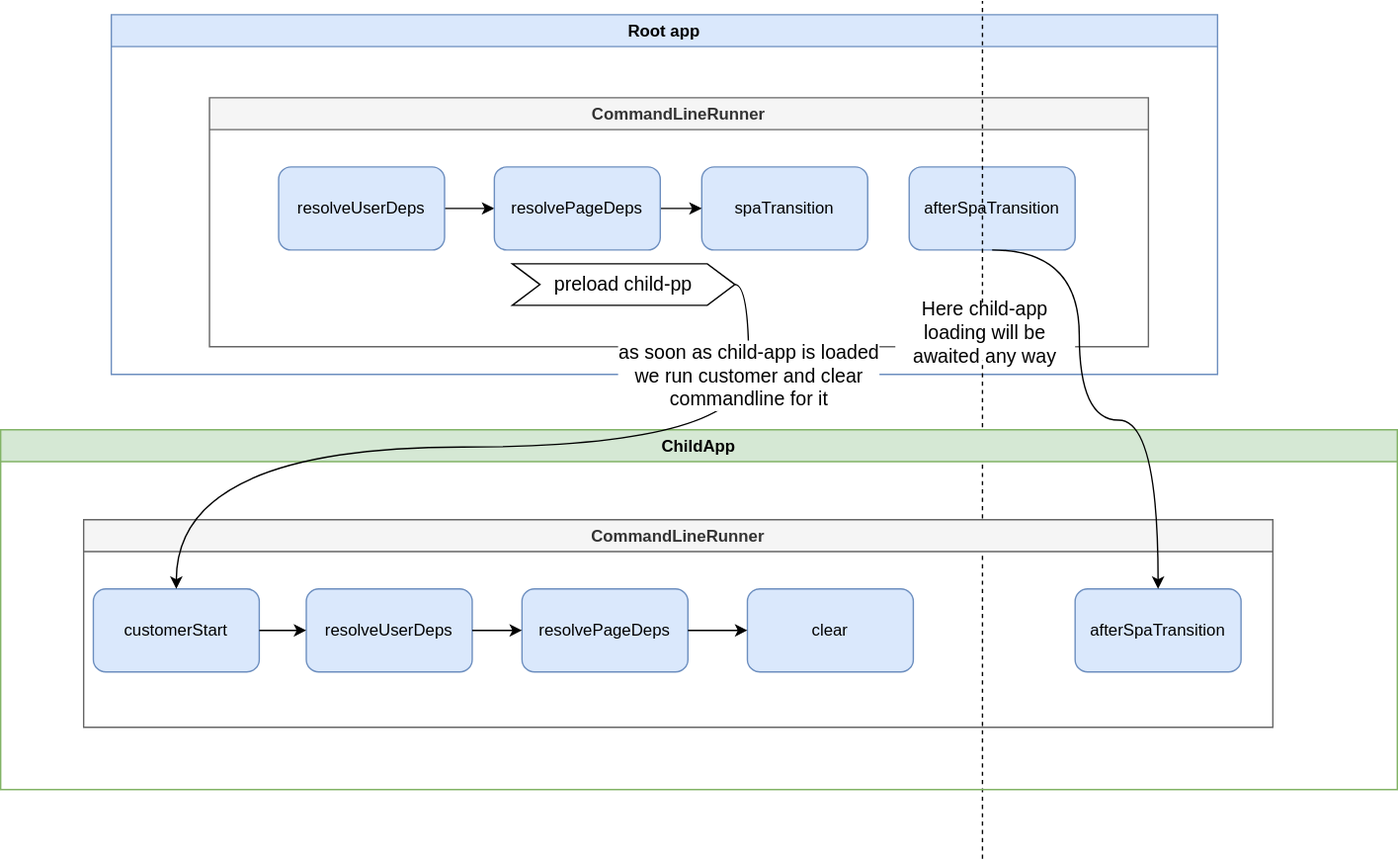
Earlier version of the draw.io export tools/docSite/static/img/child-app/command-line-runner-spa-not-loaded.drawio.svg (tramvaijs/tramvai). Source tidied: cells renumbered, new cells last; positions are measured from the earlier drawing's top-left corner, leaving out a move shared by most shapes.
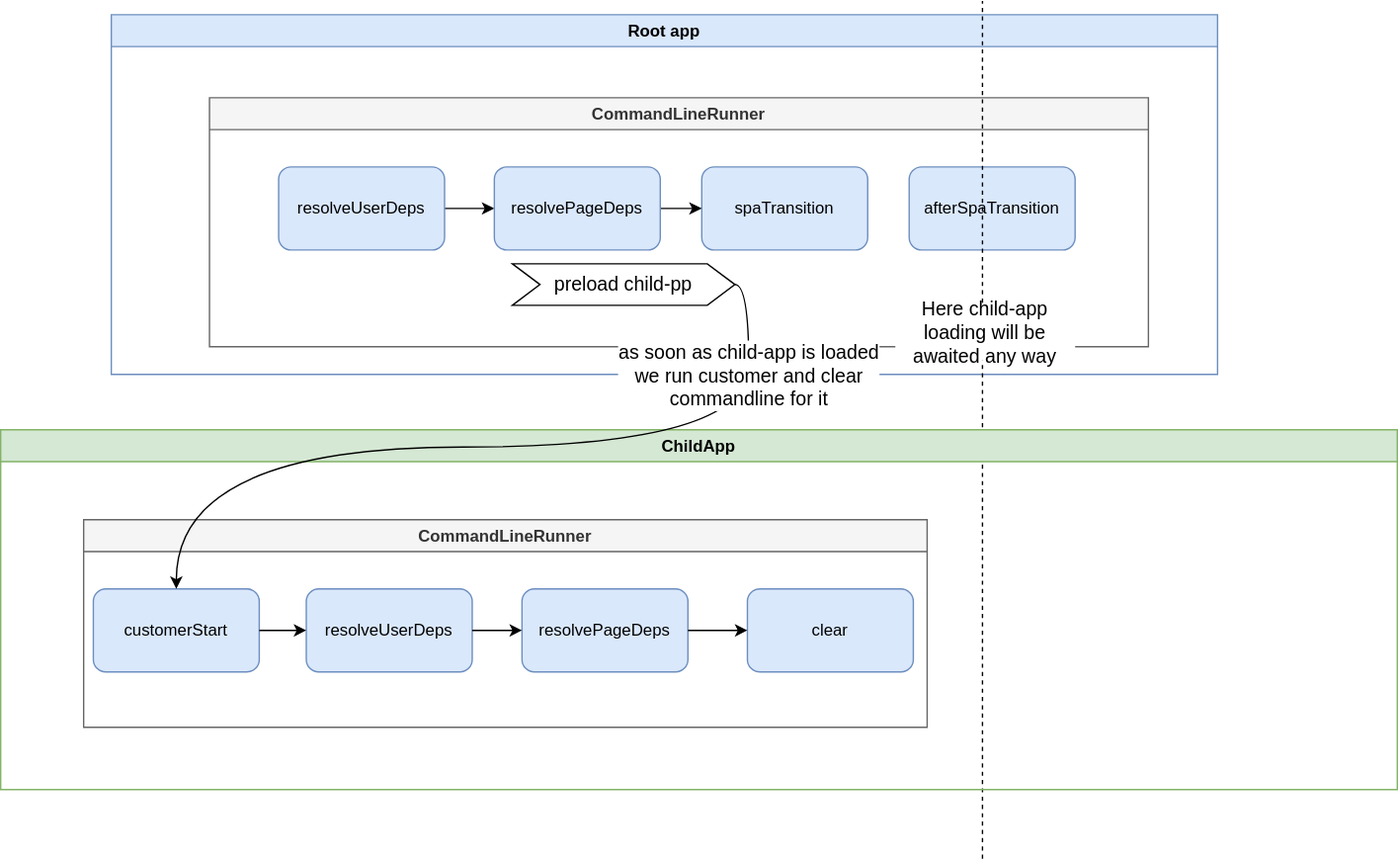
The same diagram one commit later.

The edit, as a diff of the source:
```diff
@@ -42,11 +42,8 @@
       <mxGeometry y="310" width="1010" height="260" as="geometry" />
     </mxCell>
     <mxCell id="14" value="CommandLineRunner" style="swimlane;fillColor=#f5f5f5;strokeColor=#666666;fontColor=#333333;" parent="13" vertex="1">
-      <mxGeometry x="60" y="65" width="860" height="150" as="geometry" />
+      <mxGeometry x="60" y="65" width="610" height="150" as="geometry" />
     </mxCell>
-    <mxCell id="15" value="afterSpaTransition" style="rounded=1;whiteSpace=wrap;html=1;fillColor=#dae8fc;strokeColor=#6c8ebf;" parent="14" vertex="1">
-      <mxGeometry x="717" y="50" width="120" height="60" as="geometry" />
-    </mxCell>
     <mxCell id="16" value="customerStart" style="rounded=1;whiteSpace=wrap;html=1;fillColor=#dae8fc;strokeColor=#6c8ebf;" parent="14" vertex="1">
       <mxGeometry x="7" y="50" width="120" height="60" as="geometry" />
     </mxCell>
@@ -68,15 +65,6 @@
     <mxCell id="22" style="edgeStyle=none;html=1;exitX=1;exitY=0.5;exitDx=0;exitDy=0;entryX=0;entryY=0.5;entryDx=0;entryDy=0;" parent="14" edge="1" source="19" target="21">
       <mxGeometry relative="1" as="geometry" />
     </mxCell>
-    <mxCell id="23" style="edgeStyle=orthogonalEdgeStyle;curved=1;rounded=0;jettySize=auto;html=1;exitX=0.5;exitY=1;exitDx=0;exitDy=0;entryX=0.5;entryY=0;entryDx=0;entryDy=0;" parent="1" edge="1" source="4" target="15">
-      <mxGeometry relative="1" as="geometry">
-        <Array as="points">
-          <mxPoint x="780" y="180" />
-          <mxPoint x="780" y="303" />
-          <mxPoint x="837" y="303" />
-        </Array>
-      </mxGeometry>
-    </mxCell>
     <mxCell id="24" style="edgeStyle=orthogonalEdgeStyle;html=1;exitX=1;exitY=0.5;exitDx=0;exitDy=0;entryX=0.5;entryY=0;entryDx=0;entryDy=0;fontSize=14;curved=1;" parent="1" edge="1" source="10" target="16">
       <mxGeometry relative="1" as="geometry" />
     </mxCell>
```
